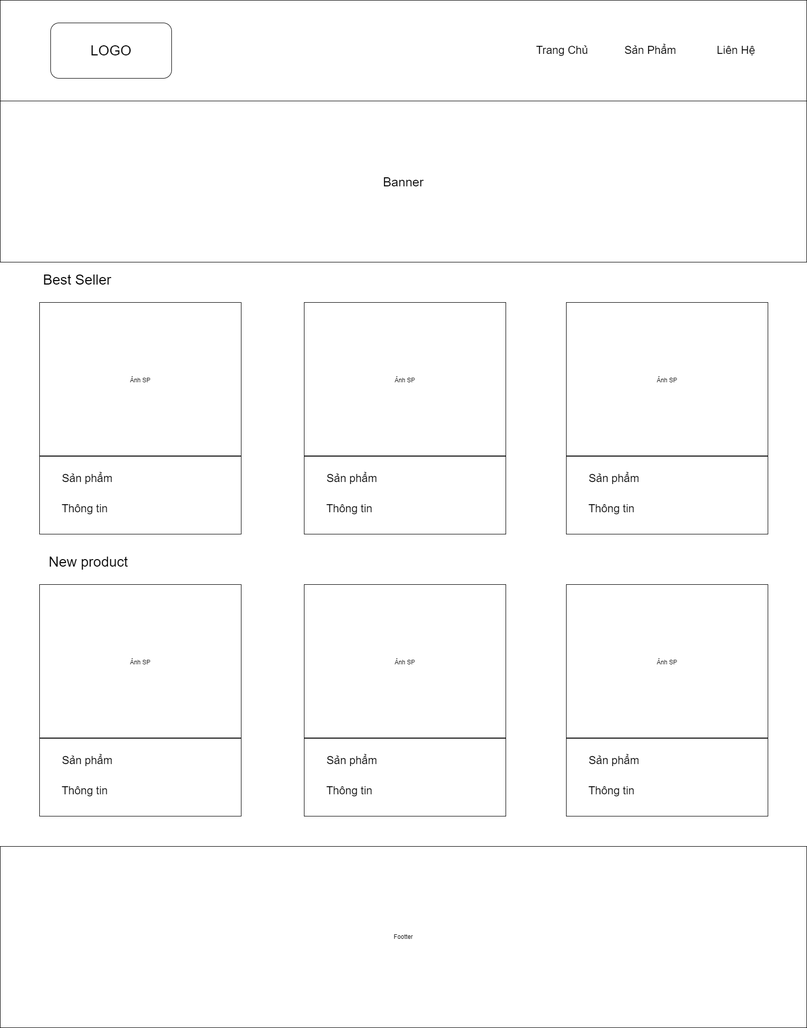
This is images/Web_Desktop_TrangChu.png from datntph35925/WEB106_datnt, a draw.io export, as it was before one commit. Source tidied: cells renumbered, new cells last; positions are measured from the earlier drawing's top-left corner, leaving out a move shared by most shapes.
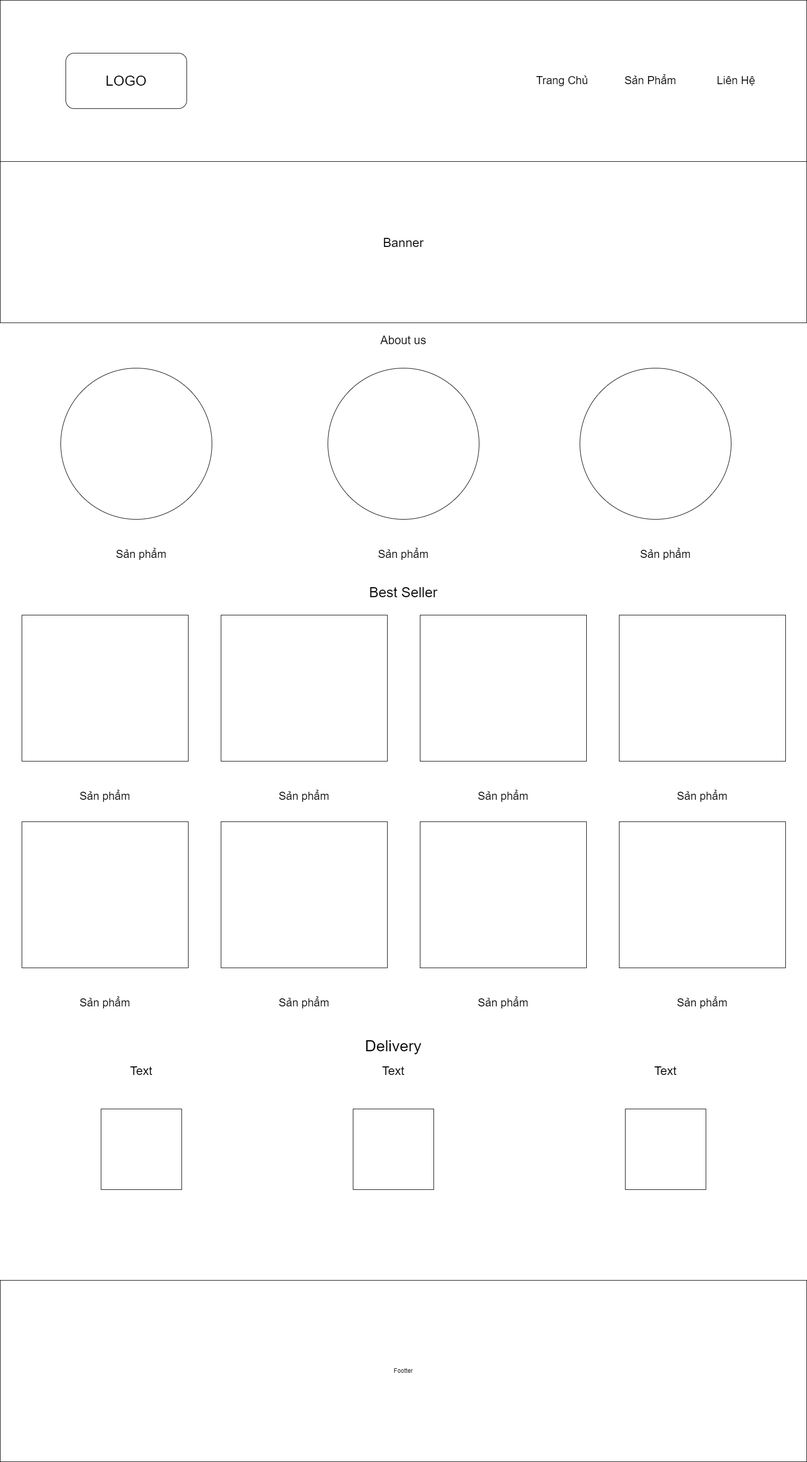
After the change.

The edit, as a diff of the source:
```diff
@@ -3,121 +3,121 @@
     <mxCell id="0" />
     <mxCell id="1" parent="0" />
     <mxCell id="2" style="rounded=0;whiteSpace=wrap;html=1;" parent="1" vertex="1">
-      <mxGeometry width="1600" height="200" as="geometry" />
+      <mxGeometry width="1600" height="320" as="geometry" />
     </mxCell>
     <mxCell id="3" value="&lt;font style=&quot;font-size: 28px;&quot;&gt;LOGO&lt;/font&gt;" style="rounded=1;whiteSpace=wrap;html=1;" parent="1" vertex="1">
-      <mxGeometry x="100" y="45" width="240" height="110" as="geometry" />
+      <mxGeometry x="130" y="105" width="240" height="110" as="geometry" />
     </mxCell>
     <mxCell id="4" value="&lt;span style=&quot;font-size: 22px;&quot;&gt;Trang Chủ&lt;/span&gt;" style="text;html=1;strokeColor=none;fillColor=none;align=center;verticalAlign=middle;whiteSpace=wrap;rounded=0;" parent="1" vertex="1">
-      <mxGeometry x="1060" y="75" width="110" height="50" as="geometry" />
+      <mxGeometry x="1060" y="135" width="110" height="50" as="geometry" />
     </mxCell>
     <mxCell id="5" value="&lt;span style=&quot;font-size: 22px;&quot;&gt;Sản Phẩm&lt;/span&gt;" style="text;html=1;strokeColor=none;fillColor=none;align=center;verticalAlign=middle;whiteSpace=wrap;rounded=0;" parent="1" vertex="1">
-      <mxGeometry x="1225" y="75" width="130" height="50" as="geometry" />
+      <mxGeometry x="1225" y="135" width="130" height="50" as="geometry" />
     </mxCell>
     <mxCell id="6" value="&lt;span style=&quot;font-size: 22px;&quot;&gt;Liên Hệ&lt;/span&gt;" style="text;html=1;strokeColor=none;fillColor=none;align=center;verticalAlign=middle;whiteSpace=wrap;rounded=0;" parent="1" vertex="1">
-      <mxGeometry x="1410" y="75" width="100" height="50" as="geometry" />
+      <mxGeometry x="1410" y="135" width="100" height="50" as="geometry" />
     </mxCell>
+    <mxCell id="41" style="rounded=0;whiteSpace=wrap;html=1;" parent="1" vertex="1">
+      <mxGeometry x="720" y="550" width="120" height="60" as="geometry" />
+    </mxCell>
     <mxCell id="7" value="&lt;font style=&quot;font-size: 25px;&quot;&gt;Banner&lt;/font&gt;" style="rounded=0;whiteSpace=wrap;html=1;" parent="1" vertex="1">
-      <mxGeometry y="200" width="1600" height="320" as="geometry" />
+      <mxGeometry y="320" width="1600" height="320" as="geometry" />
     </mxCell>
     <mxCell id="8" value="&lt;font style=&quot;font-size: 28px;&quot;&gt;Best Seller&lt;/font&gt;" style="text;html=1;strokeColor=none;fillColor=none;align=center;verticalAlign=middle;whiteSpace=wrap;rounded=0;" parent="1" vertex="1">
-      <mxGeometry x="78" y="530" width="150" height="50" as="geometry" />
+      <mxGeometry x="725" y="1150" width="150" height="50" as="geometry" />
     </mxCell>
-    <mxCell id="9" style="rounded=0;whiteSpace=wrap;html=1;" parent="1" vertex="1">
-      <mxGeometry x="78" y="600" width="400" height="460" as="geometry" />
-    </mxCell>
     <mxCell id="10" value="&lt;font style=&quot;font-size: 22px;&quot;&gt;Sản phẩm&lt;/font&gt;" style="text;html=1;strokeColor=none;fillColor=none;align=center;verticalAlign=middle;whiteSpace=wrap;rounded=0;" parent="1" vertex="1">
-      <mxGeometry x="78" y="930" width="190" height="40" as="geometry" />
+      <mxGeometry x="185" y="1080" width="190" height="40" as="geometry" />
     </mxCell>
-    <mxCell id="11" value="&lt;span style=&quot;font-size: 28px;&quot;&gt;New product&lt;/span&gt;" style="text;html=1;strokeColor=none;fillColor=none;align=center;verticalAlign=middle;whiteSpace=wrap;rounded=0;" parent="1" vertex="1">
-      <mxGeometry x="75" y="1090" width="200" height="50" as="geometry" />
-    </mxCell>
+    <mxCell id="42" value="&lt;font style=&quot;font-size: 22px;&quot;&gt;Sản phẩm&lt;/font&gt;" style="text;html=1;strokeColor=none;fillColor=none;align=center;verticalAlign=middle;whiteSpace=wrap;rounded=0;" parent="1" vertex="1">
+      <mxGeometry x="1225" y="1080" width="190" height="40" as="geometry" />
+    </mxCell>
+    <mxCell id="43" value="&lt;font style=&quot;font-size: 22px;&quot;&gt;Sản phẩm&lt;/font&gt;" style="text;html=1;strokeColor=none;fillColor=none;align=center;verticalAlign=middle;whiteSpace=wrap;rounded=0;" parent="1" vertex="1">
+      <mxGeometry x="705" y="1080" width="190" height="40" as="geometry" />
+    </mxCell>
+    <mxCell id="44" style="rounded=0;whiteSpace=wrap;html=1;" parent="1" vertex="1">
+      <mxGeometry x="43" y="1220" width="330" height="290" as="geometry" />
+    </mxCell>
+    <mxCell id="45" value="&lt;font style=&quot;font-size: 22px;&quot;&gt;Sản phẩm&lt;/font&gt;" style="text;html=1;strokeColor=none;fillColor=none;align=center;verticalAlign=middle;whiteSpace=wrap;rounded=0;" parent="1" vertex="1">
+      <mxGeometry x="113" y="1560" width="190" height="40" as="geometry" />
+    </mxCell>
+    <mxCell id="46" value="&lt;font style=&quot;font-size: 22px;&quot;&gt;Sản phẩm&lt;/font&gt;" style="text;html=1;strokeColor=none;fillColor=none;align=center;verticalAlign=middle;whiteSpace=wrap;rounded=0;" parent="1" vertex="1">
+      <mxGeometry x="903" y="1560" width="190" height="40" as="geometry" />
+    </mxCell>
+    <mxCell id="47" value="&lt;font style=&quot;font-size: 22px;&quot;&gt;Sản phẩm&lt;/font&gt;" style="text;html=1;strokeColor=none;fillColor=none;align=center;verticalAlign=middle;whiteSpace=wrap;rounded=0;" parent="1" vertex="1">
+      <mxGeometry x="508" y="1560" width="190" height="40" as="geometry" />
+    </mxCell>
     <mxCell id="12" value="Footter" style="rounded=0;whiteSpace=wrap;html=1;" parent="1" vertex="1">
-      <mxGeometry y="1680" width="1600" height="360" as="geometry" />
+      <mxGeometry y="2540" width="1600" height="360" as="geometry" />
     </mxCell>
-    <mxCell id="13" value="&lt;font style=&quot;font-size: 22px;&quot;&gt;Thông tin&lt;/font&gt;" style="text;html=1;strokeColor=none;fillColor=none;align=center;verticalAlign=middle;whiteSpace=wrap;rounded=0;" parent="1" vertex="1">
-      <mxGeometry x="78" y="990" width="180" height="40" as="geometry" />
-    </mxCell>
-    <mxCell id="14" style="line;strokeWidth=2;html=1;" parent="1" vertex="1">
-      <mxGeometry x="78" y="900" width="400" height="10" as="geometry" />
-    </mxCell>
-    <mxCell id="15" value="Ảnh SP" style="text;html=1;strokeColor=none;fillColor=none;align=center;verticalAlign=middle;whiteSpace=wrap;rounded=0;" parent="1" vertex="1">
-      <mxGeometry x="248" y="740" width="60" height="30" as="geometry" />
-    </mxCell>
-    <mxCell id="16" style="rounded=0;whiteSpace=wrap;html=1;" parent="1" vertex="1">
-      <mxGeometry x="603" y="600" width="400" height="460" as="geometry" />
-    </mxCell>
-    <mxCell id="17" value="&lt;font style=&quot;font-size: 22px;&quot;&gt;Sản phẩm&lt;/font&gt;" style="text;html=1;strokeColor=none;fillColor=none;align=center;verticalAlign=middle;whiteSpace=wrap;rounded=0;" parent="1" vertex="1">
-      <mxGeometry x="603" y="930" width="190" height="40" as="geometry" />
-    </mxCell>
-    <mxCell id="18" value="&lt;font style=&quot;font-size: 22px;&quot;&gt;Thông tin&lt;/font&gt;" style="text;html=1;strokeColor=none;fillColor=none;align=center;verticalAlign=middle;whiteSpace=wrap;rounded=0;" parent="1" vertex="1">
-      <mxGeometry x="603" y="990" width="180" height="40" as="geometry" />
-    </mxCell>
-    <mxCell id="19" style="line;strokeWidth=2;html=1;" parent="1" vertex="1">
-      <mxGeometry x="603" y="900" width="400" height="10" as="geometry" />
-    </mxCell>
-    <mxCell id="20" value="Ảnh SP" style="text;html=1;strokeColor=none;fillColor=none;align=center;verticalAlign=middle;whiteSpace=wrap;rounded=0;" parent="1" vertex="1">
-      <mxGeometry x="773" y="740" width="60" height="30" as="geometry" />
-    </mxCell>
-    <mxCell id="21" style="rounded=0;whiteSpace=wrap;html=1;" parent="1" vertex="1">
-      <mxGeometry x="1123" y="600" width="400" height="460" as="geometry" />
-    </mxCell>
-    <mxCell id="22" value="&lt;font style=&quot;font-size: 22px;&quot;&gt;Sản phẩm&lt;/font&gt;" style="text;html=1;strokeColor=none;fillColor=none;align=center;verticalAlign=middle;whiteSpace=wrap;rounded=0;" parent="1" vertex="1">
-      <mxGeometry x="1123" y="930" width="190" height="40" as="geometry" />
-    </mxCell>
-    <mxCell id="23" value="&lt;font style=&quot;font-size: 22px;&quot;&gt;Thông tin&lt;/font&gt;" style="text;html=1;strokeColor=none;fillColor=none;align=center;verticalAlign=middle;whiteSpace=wrap;rounded=0;" parent="1" vertex="1">
-      <mxGeometry x="1123" y="990" width="180" height="40" as="geometry" />
-    </mxCell>
-    <mxCell id="24" style="line;strokeWidth=2;html=1;" parent="1" vertex="1">
-      <mxGeometry x="1123" y="900" width="400" height="10" as="geometry" />
-    </mxCell>
-    <mxCell id="25" value="Ảnh SP" style="text;html=1;strokeColor=none;fillColor=none;align=center;verticalAlign=middle;whiteSpace=wrap;rounded=0;" parent="1" vertex="1">
-      <mxGeometry x="1293" y="740" width="60" height="30" as="geometry" />
-    </mxCell>
-    <mxCell id="26" style="rounded=0;whiteSpace=wrap;html=1;" parent="1" vertex="1">
-      <mxGeometry x="78" y="1160" width="400" height="460" as="geometry" />
-    </mxCell>
-    <mxCell id="27" value="&lt;font style=&quot;font-size: 22px;&quot;&gt;Sản phẩm&lt;/font&gt;" style="text;html=1;strokeColor=none;fillColor=none;align=center;verticalAlign=middle;whiteSpace=wrap;rounded=0;" parent="1" vertex="1">
-      <mxGeometry x="78" y="1490" width="190" height="40" as="geometry" />
-    </mxCell>
-    <mxCell id="28" value="&lt;font style=&quot;font-size: 22px;&quot;&gt;Thông tin&lt;/font&gt;" style="text;html=1;strokeColor=none;fillColor=none;align=center;verticalAlign=middle;whiteSpace=wrap;rounded=0;" parent="1" vertex="1">
-      <mxGeometry x="78" y="1550" width="180" height="40" as="geometry" />
-    </mxCell>
-    <mxCell id="29" style="line;strokeWidth=2;html=1;" parent="1" vertex="1">
-      <mxGeometry x="78" y="1460" width="400" height="10" as="geometry" />
-    </mxCell>
-    <mxCell id="30" value="Ảnh SP" style="text;html=1;strokeColor=none;fillColor=none;align=center;verticalAlign=middle;whiteSpace=wrap;rounded=0;" parent="1" vertex="1">
-      <mxGeometry x="248" y="1300" width="60" height="30" as="geometry" />
-    </mxCell>
-    <mxCell id="31" style="rounded=0;whiteSpace=wrap;html=1;" parent="1" vertex="1">
-      <mxGeometry x="603" y="1160" width="400" height="460" as="geometry" />
-    </mxCell>
-    <mxCell id="32" value="&lt;font style=&quot;font-size: 22px;&quot;&gt;Sản phẩm&lt;/font&gt;" style="text;html=1;strokeColor=none;fillColor=none;align=center;verticalAlign=middle;whiteSpace=wrap;rounded=0;" parent="1" vertex="1">
-      <mxGeometry x="603" y="1490" width="190" height="40" as="geometry" />
-    </mxCell>
-    <mxCell id="33" value="&lt;font style=&quot;font-size: 22px;&quot;&gt;Thông tin&lt;/font&gt;" style="text;html=1;strokeColor=none;fillColor=none;align=center;verticalAlign=middle;whiteSpace=wrap;rounded=0;" parent="1" vertex="1">
-      <mxGeometry x="603" y="1550" width="180" height="40" as="geometry" />
-    </mxCell>
-    <mxCell id="34" style="line;strokeWidth=2;html=1;" parent="1" vertex="1">
-      <mxGeometry x="603" y="1460" width="400" height="10" as="geometry" />
-    </mxCell>
-    <mxCell id="35" value="Ảnh SP" style="text;html=1;strokeColor=none;fillColor=none;align=center;verticalAlign=middle;whiteSpace=wrap;rounded=0;" parent="1" vertex="1">
-      <mxGeometry x="773" y="1300" width="60" height="30" as="geometry" />
-    </mxCell>
-    <mxCell id="36" style="rounded=0;whiteSpace=wrap;html=1;" parent="1" vertex="1">
-      <mxGeometry x="1123" y="1160" width="400" height="460" as="geometry" />
-    </mxCell>
-    <mxCell id="37" value="&lt;font style=&quot;font-size: 22px;&quot;&gt;Sản phẩm&lt;/font&gt;" style="text;html=1;strokeColor=none;fillColor=none;align=center;verticalAlign=middle;whiteSpace=wrap;rounded=0;" parent="1" vertex="1">
-      <mxGeometry x="1123" y="1490" width="190" height="40" as="geometry" />
-    </mxCell>
-    <mxCell id="38" value="&lt;font style=&quot;font-size: 22px;&quot;&gt;Thông tin&lt;/font&gt;" style="text;html=1;strokeColor=none;fillColor=none;align=center;verticalAlign=middle;whiteSpace=wrap;rounded=0;" parent="1" vertex="1">
-      <mxGeometry x="1123" y="1550" width="180" height="40" as="geometry" />
-    </mxCell>
-    <mxCell id="39" style="line;strokeWidth=2;html=1;" parent="1" vertex="1">
-      <mxGeometry x="1123" y="1460" width="400" height="10" as="geometry" />
-    </mxCell>
-    <mxCell id="40" value="Ảnh SP" style="text;html=1;strokeColor=none;fillColor=none;align=center;verticalAlign=middle;whiteSpace=wrap;rounded=0;" parent="1" vertex="1">
-      <mxGeometry x="1293" y="1300" width="60" height="30" as="geometry" />
-    </mxCell>
+    <mxCell id="48" style="ellipse;whiteSpace=wrap;html=1;" parent="1" vertex="1">
+      <mxGeometry x="120" y="730" width="300" height="300" as="geometry" />
+    </mxCell>
+    <mxCell id="49" style="ellipse;whiteSpace=wrap;html=1;" parent="1" vertex="1">
+      <mxGeometry x="650" y="730" width="300" height="300" as="geometry" />
+    </mxCell>
+    <mxCell id="50" style="ellipse;whiteSpace=wrap;html=1;" parent="1" vertex="1">
+      <mxGeometry x="1150" y="730" width="300" height="300" as="geometry" />
+    </mxCell>
+    <mxCell id="51" value="&lt;font style=&quot;font-size: 23px;&quot;&gt;About us&lt;/font&gt;" style="text;html=1;strokeColor=none;fillColor=none;align=center;verticalAlign=middle;whiteSpace=wrap;rounded=0;" parent="1" vertex="1">
+      <mxGeometry x="710" y="660" width="180" height="30" as="geometry" />
+    </mxCell>
+    <mxCell id="52" style="rounded=0;whiteSpace=wrap;html=1;" parent="1" vertex="1">
+      <mxGeometry x="438" y="1220" width="330" height="290" as="geometry" />
+    </mxCell>
+    <mxCell id="53" style="rounded=0;whiteSpace=wrap;html=1;" parent="1" vertex="1">
+      <mxGeometry x="1228" y="1220" width="330" height="290" as="geometry" />
+    </mxCell>
+    <mxCell id="54" style="rounded=0;whiteSpace=wrap;html=1;" parent="1" vertex="1">
+      <mxGeometry x="833" y="1220" width="330" height="290" as="geometry" />
+    </mxCell>
+    <mxCell id="55" value="&lt;font style=&quot;font-size: 22px;&quot;&gt;Sản phẩm&lt;/font&gt;" style="text;html=1;strokeColor=none;fillColor=none;align=center;verticalAlign=middle;whiteSpace=wrap;rounded=0;" parent="1" vertex="1">
+      <mxGeometry x="1298" y="1560" width="190" height="40" as="geometry" />
+    </mxCell>
+    <mxCell id="56" style="rounded=0;whiteSpace=wrap;html=1;" parent="1" vertex="1">
+      <mxGeometry x="43" y="1630" width="330" height="290" as="geometry" />
+    </mxCell>
+    <mxCell id="57" value="&lt;font style=&quot;font-size: 22px;&quot;&gt;Sản phẩm&lt;/font&gt;" style="text;html=1;strokeColor=none;fillColor=none;align=center;verticalAlign=middle;whiteSpace=wrap;rounded=0;" parent="1" vertex="1">
+      <mxGeometry x="113" y="1970" width="190" height="40" as="geometry" />
+    </mxCell>
+    <mxCell id="58" value="&lt;font style=&quot;font-size: 22px;&quot;&gt;Sản phẩm&lt;/font&gt;" style="text;html=1;strokeColor=none;fillColor=none;align=center;verticalAlign=middle;whiteSpace=wrap;rounded=0;" parent="1" vertex="1">
+      <mxGeometry x="903" y="1970" width="190" height="40" as="geometry" />
+    </mxCell>
+    <mxCell id="59" value="&lt;font style=&quot;font-size: 22px;&quot;&gt;Sản phẩm&lt;/font&gt;" style="text;html=1;strokeColor=none;fillColor=none;align=center;verticalAlign=middle;whiteSpace=wrap;rounded=0;" parent="1" vertex="1">
+      <mxGeometry x="508" y="1970" width="190" height="40" as="geometry" />
+    </mxCell>
+    <mxCell id="60" style="rounded=0;whiteSpace=wrap;html=1;" parent="1" vertex="1">
+      <mxGeometry x="438" y="1630" width="330" height="290" as="geometry" />
+    </mxCell>
+    <mxCell id="61" style="rounded=0;whiteSpace=wrap;html=1;" parent="1" vertex="1">
+      <mxGeometry x="1228" y="1630" width="330" height="290" as="geometry" />
+    </mxCell>
+    <mxCell id="62" style="rounded=0;whiteSpace=wrap;html=1;" parent="1" vertex="1">
+      <mxGeometry x="833" y="1630" width="330" height="290" as="geometry" />
+    </mxCell>
+    <mxCell id="63" value="&lt;font style=&quot;font-size: 22px;&quot;&gt;Sản phẩm&lt;/font&gt;" style="text;html=1;strokeColor=none;fillColor=none;align=center;verticalAlign=middle;whiteSpace=wrap;rounded=0;" parent="1" vertex="1">
+      <mxGeometry x="1298" y="1970" width="190" height="40" as="geometry" />
+    </mxCell>
+    <mxCell id="64" value="&lt;font style=&quot;font-size: 31px;&quot;&gt;Delivery&lt;/font&gt;" style="text;html=1;strokeColor=none;fillColor=none;align=center;verticalAlign=middle;whiteSpace=wrap;rounded=0;" parent="1" vertex="1">
+      <mxGeometry x="635" y="2060" width="290" height="30" as="geometry" />
+    </mxCell>
+    <mxCell id="65" style="whiteSpace=wrap;html=1;" parent="1" vertex="1">
+      <mxGeometry x="200" y="2200" width="160" height="160" as="geometry" />
+    </mxCell>
+    <mxCell id="66" style="whiteSpace=wrap;html=1;" parent="1" vertex="1">
+      <mxGeometry x="700" y="2200" width="160" height="160" as="geometry" />
+    </mxCell>
+    <mxCell id="67" style="whiteSpace=wrap;html=1;" parent="1" vertex="1">
+      <mxGeometry x="1240" y="2200" width="160" height="160" as="geometry" />
+    </mxCell>
+    <mxCell id="68" value="Text" style="text;html=1;strokeColor=none;fillColor=none;align=center;verticalAlign=middle;whiteSpace=wrap;rounded=0;fontSize=24;" parent="1" vertex="1">
+      <mxGeometry x="250" y="2110" width="60" height="30" as="geometry" />
+    </mxCell>
+    <mxCell id="69" value="Text" style="text;html=1;strokeColor=none;fillColor=none;align=center;verticalAlign=middle;whiteSpace=wrap;rounded=0;fontSize=24;" parent="1" vertex="1">
+      <mxGeometry x="750" y="2110" width="60" height="30" as="geometry" />
+    </mxCell>
+    <mxCell id="70" value="Text" style="text;html=1;strokeColor=none;fillColor=none;align=center;verticalAlign=middle;whiteSpace=wrap;rounded=0;fontSize=24;" parent="1" vertex="1">
+      <mxGeometry x="1290" y="2110" width="60" height="30" as="geometry" />
+    </mxCell>
   </root>
 </mxGraphModel>
```
